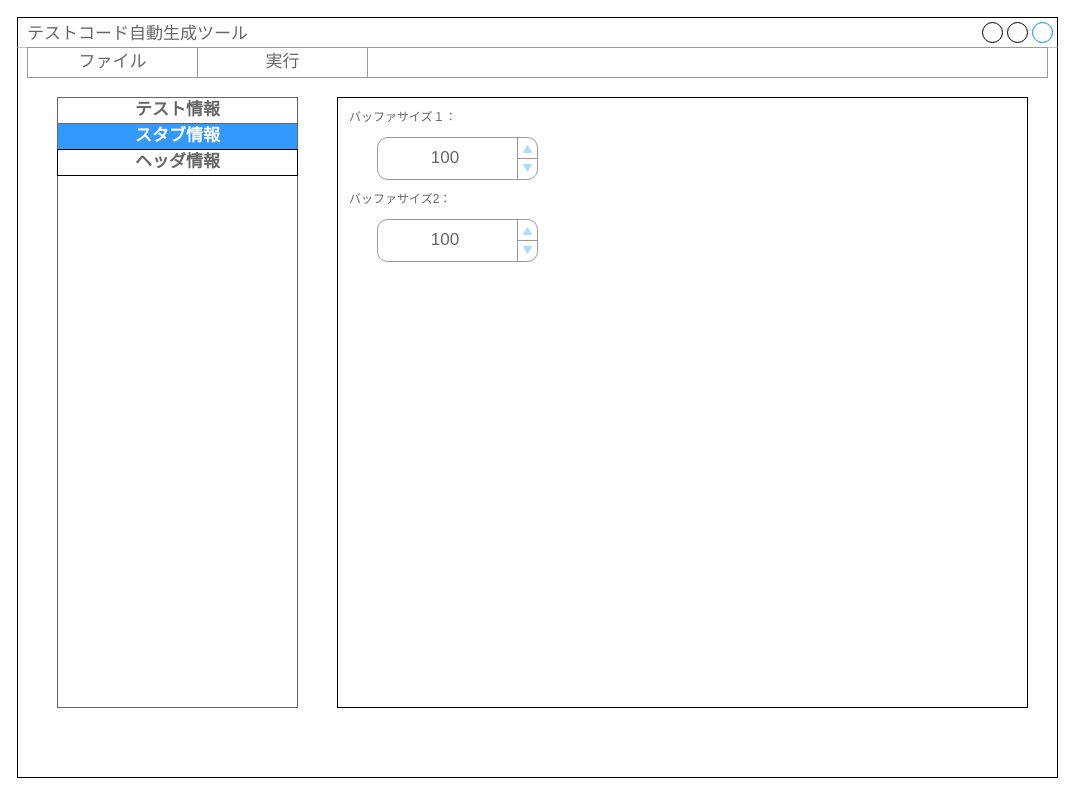
Before: page "スタブ情報" (3 of 6) of AutoTestPrep/doc/design/AutoTestPrep_ViewLayout.drawio in CountrySideEngineer/TestSupportTools, a draw.io diagram. Source tidied: cells renumbered, new cells numbered last; positions are measured from the earlier drawing's top-left corner, leaving out a move shared by most shapes. Both pictures are drawn from the tidied source at 100%, with x=0, y=0 at pixel (17, 17).
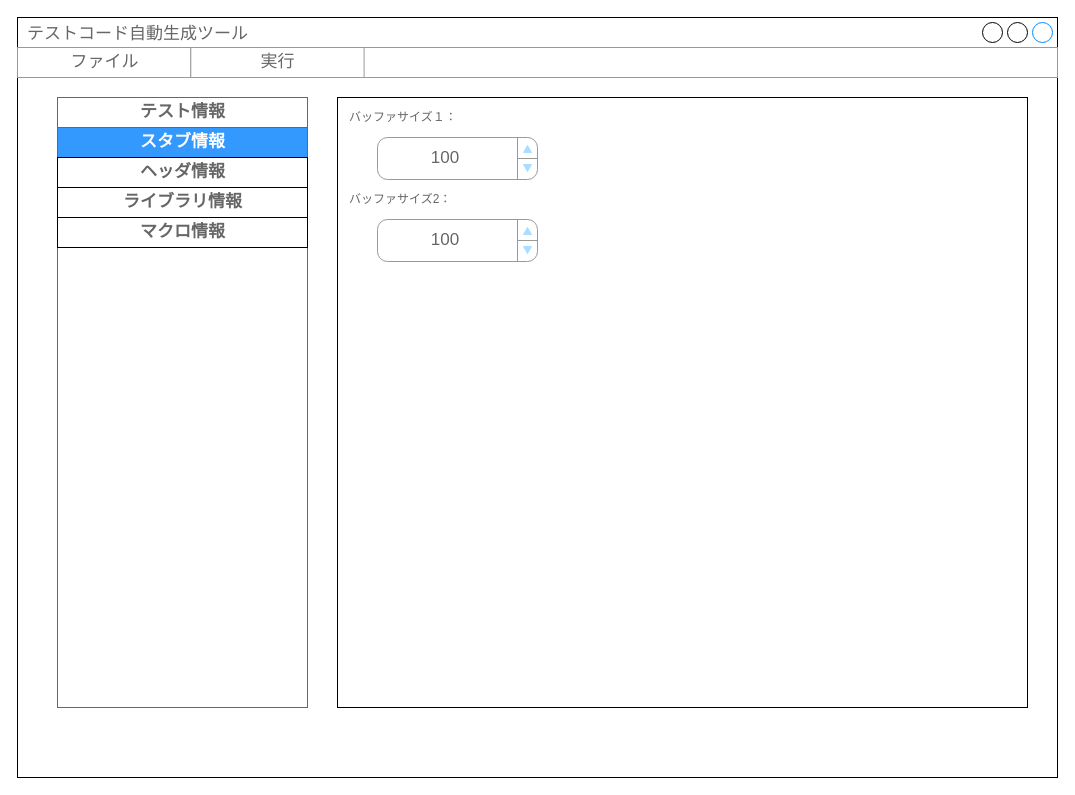
The same page after the edit.

Change to the diagram source:
```diff
@@
 <mxGraphModel background="#ffffff">
   <root>
     <mxCell id="0" />
     <mxCell id="1" parent="0" />
     <mxCell id="2" value="テストコード自動生成ツール" style="strokeWidth=1;shadow=0;dashed=0;align=center;html=1;shape=mxgraph.mockup.containers.window;align=left;verticalAlign=top;spacingLeft=8;strokeColor2=#008cff;strokeColor3=#c4c4c4;fontColor=#666666;mainText=;fontSize=17;labelBackgroundColor=none;" parent="1" vertex="1">
       <mxGeometry width="1040" height="760" as="geometry" />
     </mxCell>
-    <mxCell id="3" style="strokeWidth=1;shadow=0;dashed=0;align=center;html=1;shape=mxgraph.mockup.containers.rrect;rSize=0;strokeColor=#666666;" parent="1" vertex="1">
-      <mxGeometry x="40" y="80" width="240" height="610" as="geometry" />
-    </mxCell>
-    <mxCell id="4" value="テスト情報" style="strokeColor=inherit;fillColor=#FFFFFF;gradientColor=none;strokeWidth=1;shadow=0;dashed=0;align=center;html=1;shape=mxgraph.mockup.containers.rrect;rSize=0;fontSize=17;fontColor=#666666;fontStyle=1;" parent="3" vertex="1">
-      <mxGeometry width="240" height="26" relative="1" as="geometry" />
-    </mxCell>
-    <mxCell id="5" value="スタブ情報" style="strokeColor=inherit;fillColor=#3399FF;gradientColor=inherit;strokeWidth=1;shadow=0;dashed=0;align=center;html=1;shape=mxgraph.mockup.containers.rrect;rSize=0;fontSize=17;fontColor=#FFFFFF;fontStyle=1;" parent="3" vertex="1">
-      <mxGeometry width="240" height="26" relative="1" as="geometry">
-        <mxPoint y="26" as="offset" />
-      </mxGeometry>
-    </mxCell>
-    <mxCell id="6" value="ヘッダ情報" style="strokeWidth=1;shadow=0;dashed=0;align=center;html=1;shape=mxgraph.mockup.containers.rrect;rSize=0;fontSize=17;fontColor=#666666;fontStyle=1;fillColor=#FFFFFF;strokeColor=#000000;gradientColor=#ffffff;" parent="3" vertex="1">
-      <mxGeometry width="240" height="26" relative="1" as="geometry">
-        <mxPoint y="52" as="offset" />
-      </mxGeometry>
-    </mxCell>
     <mxCell id="7" style="rounded=0;whiteSpace=wrap;html=1;strokeColor=#000000;fillColor=#FFFFFF;gradientColor=#ffffff;fontColor=#666666;" parent="1" vertex="1">
       <mxGeometry x="320" y="80" width="690" height="610" as="geometry" />
     </mxCell>
     <mxCell id="8" value="バッファサイズ１：" style="text;html=1;strokeColor=none;fillColor=none;align=left;verticalAlign=middle;whiteSpace=wrap;rounded=0;fontColor=#666666;spacingLeft=10;" parent="1" vertex="1">
       <mxGeometry x="320" y="80" width="690" height="40" as="geometry" />
     </mxCell>
     <mxCell id="9" value="&lt;table cellpadding=&quot;0&quot; cellspacing=&quot;0&quot; style=&quot;width:100%;height:100%;&quot;&gt;&lt;tr&gt;&lt;td style=&quot;width:85%&quot;&gt;100&lt;/td&gt;&lt;td style=&quot;width:15%&quot;&gt;&lt;/td&gt;&lt;/tr&gt;&lt;/table&gt;" style="strokeWidth=1;shadow=0;dashed=0;align=center;html=1;shape=mxgraph.mockup.forms.spinner;strokeColor=#999999;spinLayout=right;spinStyle=normal;adjStyle=triangle;fillColor=#aaddff;fontSize=17;fontColor=#666666;mainText=;html=1;overflow=fill;" parent="1" vertex="1">
       <mxGeometry x="360" y="120" width="160" height="42" as="geometry" />
     </mxCell>
     <mxCell id="10" value="バッファサイズ2：" style="text;html=1;strokeColor=none;fillColor=none;align=left;verticalAlign=middle;whiteSpace=wrap;rounded=0;fontColor=#666666;spacingLeft=10;" parent="1" vertex="1">
       <mxGeometry x="320" y="162" width="690" height="40" as="geometry" />
     </mxCell>
     <mxCell id="11" value="&lt;table cellpadding=&quot;0&quot; cellspacing=&quot;0&quot; style=&quot;width:100%;height:100%;&quot;&gt;&lt;tr&gt;&lt;td style=&quot;width:85%&quot;&gt;100&lt;/td&gt;&lt;td style=&quot;width:15%&quot;&gt;&lt;/td&gt;&lt;/tr&gt;&lt;/table&gt;" style="strokeWidth=1;shadow=0;dashed=0;align=center;html=1;shape=mxgraph.mockup.forms.spinner;strokeColor=#999999;spinLayout=right;spinStyle=normal;adjStyle=triangle;fillColor=#aaddff;fontSize=17;fontColor=#666666;mainText=;html=1;overflow=fill;" parent="1" vertex="1">
       <mxGeometry x="360" y="202" width="160" height="42" as="geometry" />
     </mxCell>
     <mxCell id="12" style="strokeWidth=1;shadow=0;dashed=0;align=center;html=1;shape=mxgraph.mockup.forms.rrect;rSize=0;strokeColor=#999999;" parent="1" vertex="1">
-      <mxGeometry x="10" y="30" width="1020" height="30" as="geometry" />
+      <mxGeometry y="30" width="1040" height="30" as="geometry" />
     </mxCell>
     <mxCell id="13" value="ファイル" style="strokeColor=inherit;fillColor=inherit;gradientColor=inherit;strokeWidth=1;shadow=0;dashed=0;align=center;html=1;shape=mxgraph.mockup.forms.rrect;rSize=0;fontSize=17;fontColor=#666666;" parent="12" vertex="1">
-      <mxGeometry width="170" height="30" as="geometry" />
+      <mxGeometry width="173.3" height="30" as="geometry" />
     </mxCell>
     <mxCell id="14" value="実行" style="strokeColor=inherit;fillColor=inherit;gradientColor=inherit;strokeWidth=1;shadow=0;dashed=0;align=center;html=1;shape=mxgraph.mockup.forms.rrect;rSize=0;fontSize=17;fontColor=#666666;" parent="12" vertex="1">
-      <mxGeometry x="170" width="170" height="30" as="geometry" />
+      <mxGeometry x="173.3" width="173.3" height="30" as="geometry" />
     </mxCell>
+    <mxCell id="15" style="strokeWidth=1;shadow=0;dashed=0;align=center;html=1;shape=mxgraph.mockup.containers.rrect;rSize=0;strokeColor=#666666;" parent="1" vertex="1">
+      <mxGeometry x="40" y="80" width="250" height="610" as="geometry" />
+    </mxCell>
+    <mxCell id="4" value="テスト情報" style="strokeColor=inherit;fillColor=#FFFFFF;gradientColor=none;strokeWidth=1;shadow=0;dashed=0;align=center;html=1;shape=mxgraph.mockup.containers.rrect;rSize=0;fontSize=17;fontColor=#666666;fontStyle=1;" parent="15" vertex="1">
+      <mxGeometry width="250" height="30" relative="1" as="geometry" />
+    </mxCell>
+    <mxCell id="5" value="スタブ情報" style="strokeColor=inherit;fillColor=#3399FF;gradientColor=inherit;strokeWidth=1;shadow=0;dashed=0;align=center;html=1;shape=mxgraph.mockup.containers.rrect;rSize=0;fontSize=17;fontColor=#FFFFFF;fontStyle=1;" parent="15" vertex="1">
+      <mxGeometry width="250" height="30" relative="1" as="geometry">
+        <mxPoint y="30" as="offset" />
+      </mxGeometry>
+    </mxCell>
+    <mxCell id="6" value="ヘッダ情報" style="strokeWidth=1;shadow=0;dashed=0;align=center;html=1;shape=mxgraph.mockup.containers.rrect;rSize=0;fontSize=17;fontColor=#666666;fontStyle=1;fillColor=#FFFFFF;strokeColor=#000000;gradientColor=none;" parent="15" vertex="1">
+      <mxGeometry width="250" height="30" relative="1" as="geometry">
+        <mxPoint y="60" as="offset" />
+      </mxGeometry>
+    </mxCell>
+    <mxCell id="16" value="ライブラリ情報" style="rounded=0;html=1;fontSize=17;fontColor=#666666;fontStyle=1;" parent="15" vertex="1">
+      <mxGeometry y="90" width="250" height="30" as="geometry" />
+    </mxCell>
+    <mxCell id="17" value="マクロ情報" style="rounded=0;html=1;fontSize=17;fontColor=#666666;fontStyle=1;" parent="15" vertex="1">
+      <mxGeometry y="120" width="250" height="30" as="geometry" />
+    </mxCell>
   </root>
 </mxGraphModel>
```
